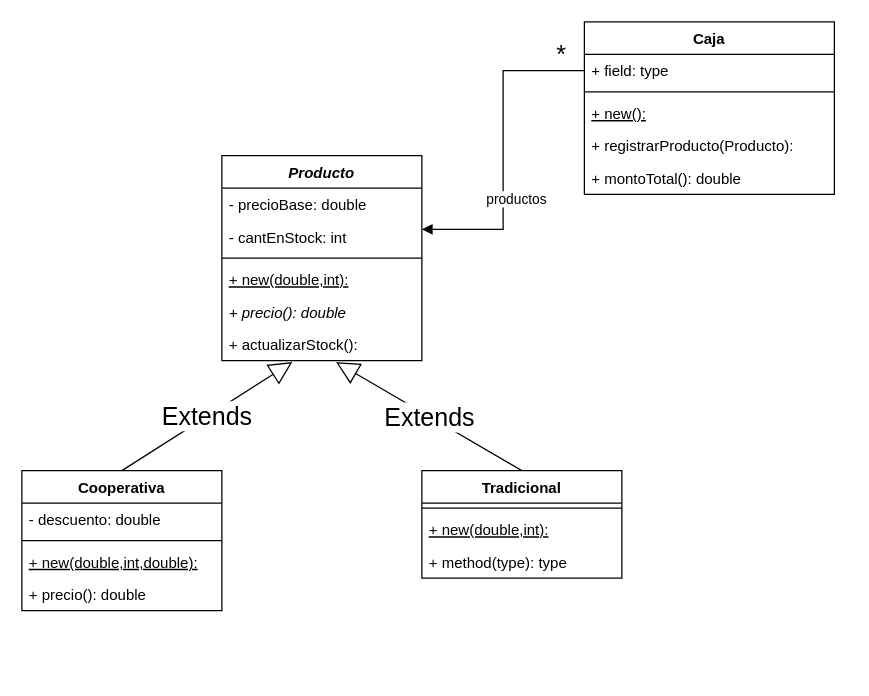
walterLaborde/unqui-po2W-laborde keeps this draw.io diagram as src/ar/unqui/po2W/tp5/MercadoCentral-Parte1.drawio. Above is the earlier version. Source tidied: cells renumbered, new cells numbered last; positions are measured from the earlier drawing's top-left corner, leaving out a move shared by most shapes. Both pictures are drawn from the tidied source at 125%, with x=0, y=0 at pixel (21, 21).
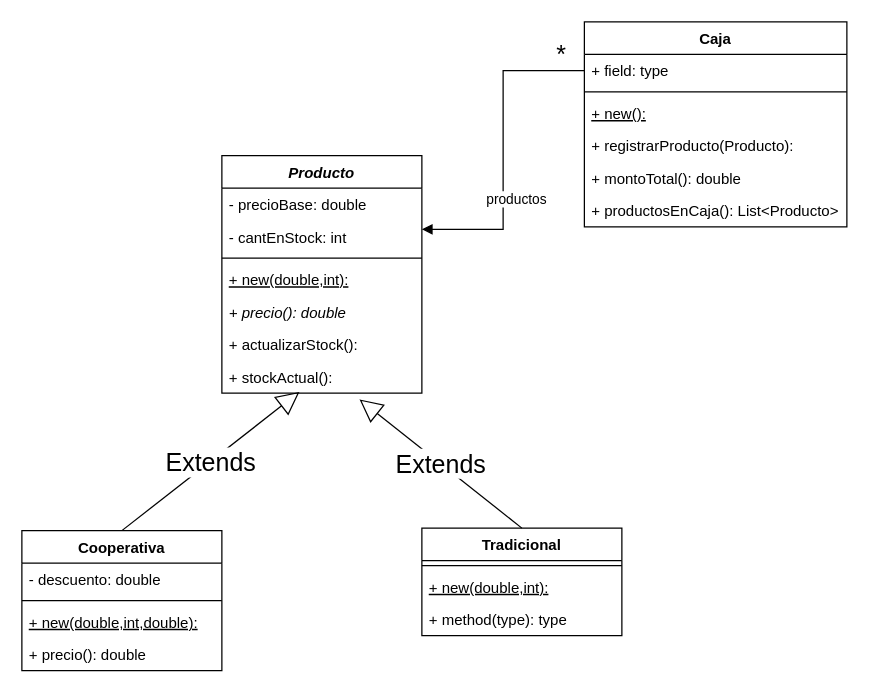
The same page after the edit.

Commit message (it also covers changes not shown here):
actualice los uml

Unchanged cells that the change refers to:
```xml
<mxCell id="14" value="+ actualizarStock():" style="text;strokeColor=none;fillColor=none;align=left;verticalAlign=top;spacingLeft=4;spacingRight=4;overflow=hidden;points=[[0,0.5],[1,0.5]];portConstraint=eastwest;" parent="8" vertex="1">
  <mxGeometry y="138" width="160" height="26" as="geometry" />
</mxCell>
```

Diff of the diagram source:
```diff
@@
     <mxCell id="2" value="Caja" style="swimlane;fontStyle=1;align=center;verticalAlign=top;horizontal=1;startSize=26;" parent="1" vertex="1">
-      <mxGeometry x="450" width="200" height="138" as="geometry" />
+      <mxGeometry x="450" width="210" height="164" as="geometry" />
     </mxCell>
     <mxCell id="3" value="+ field: type" style="text;strokeColor=none;fillColor=none;align=left;verticalAlign=top;spacingLeft=4;spacingRight=4;overflow=hidden;points=[[0,0.5],[1,0.5]];portConstraint=eastwest;" parent="2" vertex="1">
-      <mxGeometry y="26" width="200" height="26" as="geometry" />
+      <mxGeometry y="26" width="210" height="26" as="geometry" />
     </mxCell>
     <mxCell id="4" style="line;strokeWidth=1;fillColor=none;align=left;verticalAlign=middle;spacingTop=-1;spacingLeft=3;spacingRight=3;labelPosition=right;strokeColor=inherit;" parent="2" vertex="1">
-      <mxGeometry y="52" width="200" height="8" as="geometry" />
+      <mxGeometry y="52" width="210" height="8" as="geometry" />
     </mxCell>
     <mxCell id="5" value="+ new():" style="text;strokeColor=none;fillColor=none;align=left;verticalAlign=top;spacingLeft=4;spacingRight=4;overflow=hidden;fontStyle=4;" parent="2" vertex="1">
-      <mxGeometry y="60" width="200" height="26" as="geometry" />
+      <mxGeometry y="60" width="210" height="26" as="geometry" />
     </mxCell>
     <mxCell id="6" value="+ registrarProducto(Producto): " style="text;strokeColor=none;fillColor=none;align=left;verticalAlign=top;spacingLeft=4;spacingRight=4;overflow=hidden;" parent="2" vertex="1">
-      <mxGeometry y="86" width="200" height="26" as="geometry" />
+      <mxGeometry y="86" width="210" height="26" as="geometry" />
     </mxCell>
     <mxCell id="7" value="+ montoTotal(): double " style="text;strokeColor=none;fillColor=none;align=left;verticalAlign=top;spacingLeft=4;spacingRight=4;overflow=hidden;" parent="2" vertex="1">
-      <mxGeometry y="112" width="200" height="26" as="geometry" />
+      <mxGeometry y="112" width="210" height="26" as="geometry" />
     </mxCell>
+    <mxCell id="28" value="+ productosEnCaja(): List&lt;Producto&gt; " style="text;strokeColor=none;fillColor=none;align=left;verticalAlign=top;spacingLeft=4;spacingRight=4;overflow=hidden;" parent="2" vertex="1">
+      <mxGeometry y="138" width="210" height="26" as="geometry" />
+    </mxCell>
     <mxCell id="8" value="Producto" style="swimlane;fontStyle=3;align=center;verticalAlign=top;horizontal=1;startSize=26;" parent="1" vertex="1">
-      <mxGeometry x="160" y="107" width="160" height="164" as="geometry" />
+      <mxGeometry x="160" y="107" width="160" height="190" as="geometry" />
     </mxCell>
@@
+    <mxCell id="29" value="+ stockActual():" style="text;strokeColor=none;fillColor=none;align=left;verticalAlign=top;spacingLeft=4;spacingRight=4;overflow=hidden;points=[[0,0.5],[1,0.5]];portConstraint=eastwest;" parent="8" vertex="1">
+      <mxGeometry y="164" width="160" height="26" as="geometry" />
+    </mxCell>
     <mxCell id="15" value="Tradicional" style="swimlane;fontStyle=1;align=center;verticalAlign=top;horizontal=1;startSize=26;" parent="1" vertex="1">
-      <mxGeometry x="320" y="359" width="160" height="86" as="geometry" />
+      <mxGeometry x="320" y="405" width="160" height="86" as="geometry" />
     </mxCell>
@@
     <mxCell id="19" value="Cooperativa" style="swimlane;fontStyle=1;align=center;verticalAlign=top;horizontal=1;startSize=26;" parent="1" vertex="1">
-      <mxGeometry y="359" width="160" height="112" as="geometry" />
+      <mxGeometry y="407" width="160" height="112" as="geometry" />
     </mxCell>
@@
-    <mxCell id="26" value="Extends" style="endArrow=block;endSize=16;endFill=0;html=1;rounded=0;fontSize=20;exitX=0.5;exitY=0;exitDx=0;exitDy=0;entryX=0.352;entryY=1.045;entryDx=0;entryDy=0;entryPerimeter=0;" parent="1" edge="1" source="19" target="14">
+    <mxCell id="26" value="Extends" style="endArrow=block;endSize=16;endFill=0;html=1;rounded=0;fontSize=20;exitX=0.5;exitY=0;exitDx=0;exitDy=0;entryX=0.388;entryY=0.962;entryDx=0;entryDy=0;entryPerimeter=0;" parent="1" edge="1" source="19" target="29">
       <mxGeometry relative="1" as="geometry" />
     </mxCell>
-    <mxCell id="27" value="Extends" style="endArrow=block;endSize=16;endFill=0;html=1;rounded=0;fontSize=20;exitX=0.5;exitY=0;exitDx=0;exitDy=0;entryX=0.571;entryY=1.045;entryDx=0;entryDy=0;entryPerimeter=0;" parent="1" edge="1" source="15" target="14">
+    <mxCell id="27" value="Extends" style="endArrow=block;endSize=16;endFill=0;html=1;rounded=0;fontSize=20;exitX=0.5;exitY=0;exitDx=0;exitDy=0;entryX=0.688;entryY=1.192;entryDx=0;entryDy=0;entryPerimeter=0;" parent="1" edge="1" source="15" target="29">
       <mxGeometry relative="1" as="geometry" />
     </mxCell>
```
